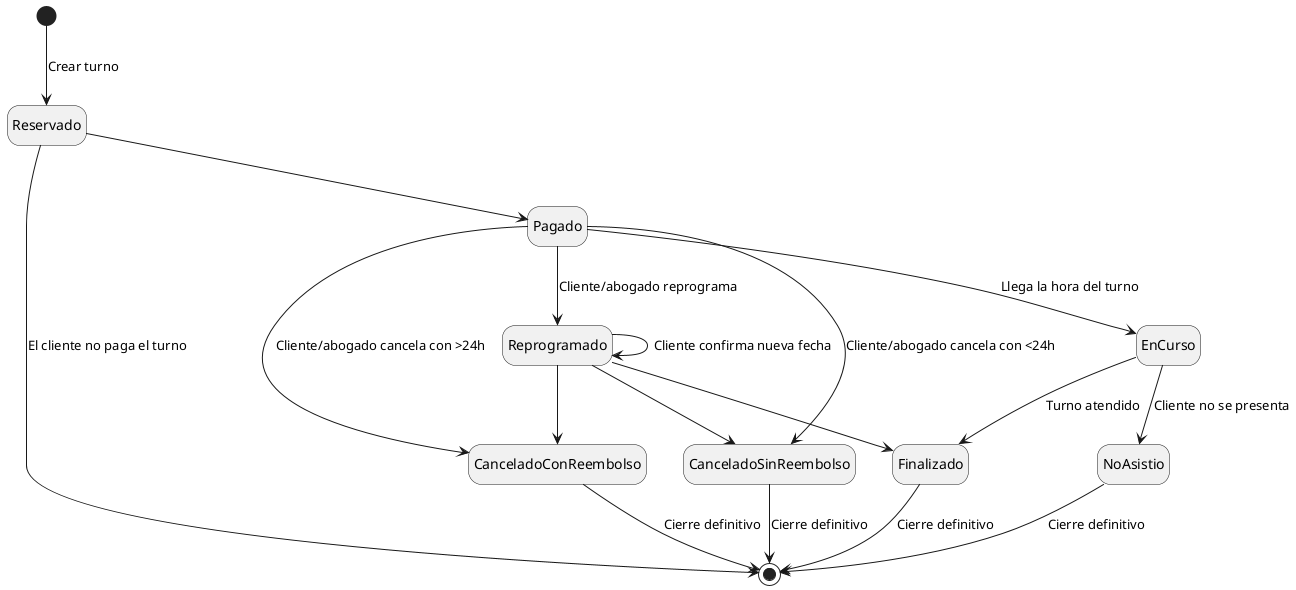
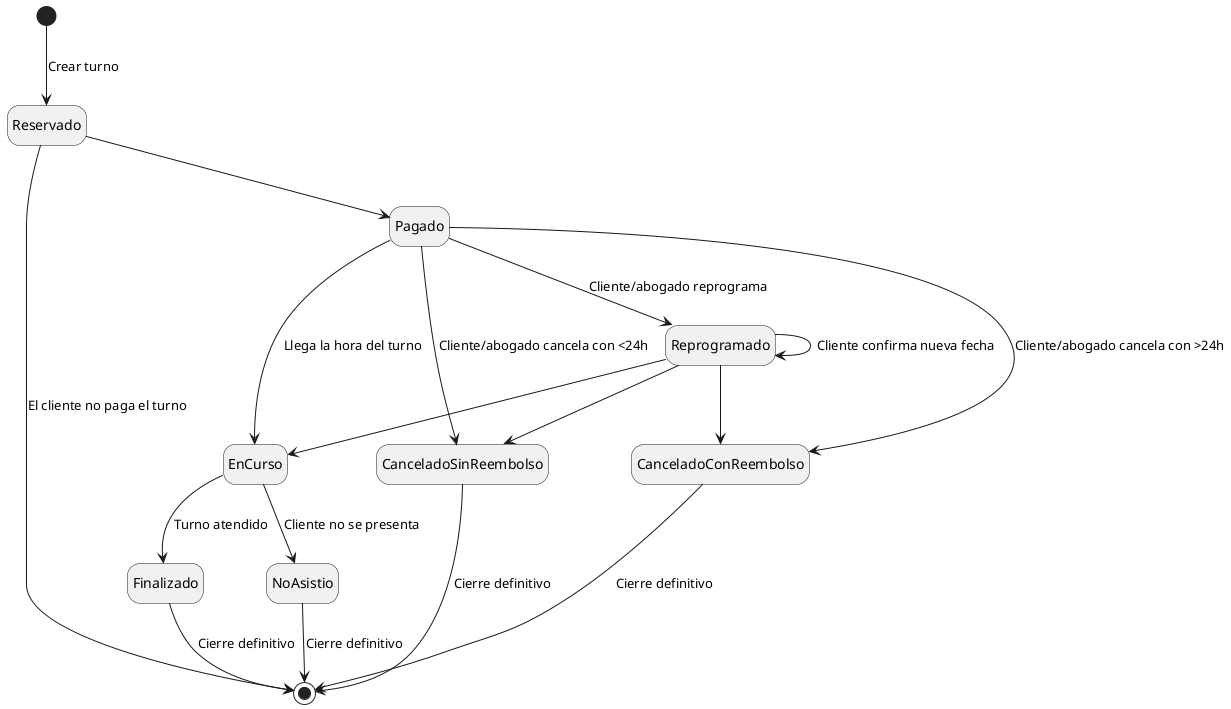
@startuml CicloEstadosTurno
hide empty description

[*] --> Reservado : Crear turno

Reservado --> [*]: El cliente no paga el turno
Reservado --> Pagado

Pagado --> EnCurso : Llega la hora del turno
Pagado --> CanceladoConReembolso : Cliente/abogado cancela con >24h
Pagado --> CanceladoSinReembolso : Cliente/abogado cancela con <24h
Pagado --> Reprogramado : Cliente/abogado reprograma

EnCurso --> Finalizado : Turno atendido
EnCurso --> NoAsistio : Cliente no se presenta

Reprogramado --> Reprogramado : Cliente confirma nueva fecha
Reprogramado --> CanceladoConReembolso
Reprogramado --> CanceladoSinReembolso
- Reprogramado --> Finalizado
+ Reprogramado --> EnCurso

CanceladoConReembolso --> [*] : Cierre definitivo
CanceladoSinReembolso --> [*] : Cierre definitivo
NoAsistio --> [*] : Cierre definitivo
Finalizado --> [*] : Cierre definitivo

@enduml